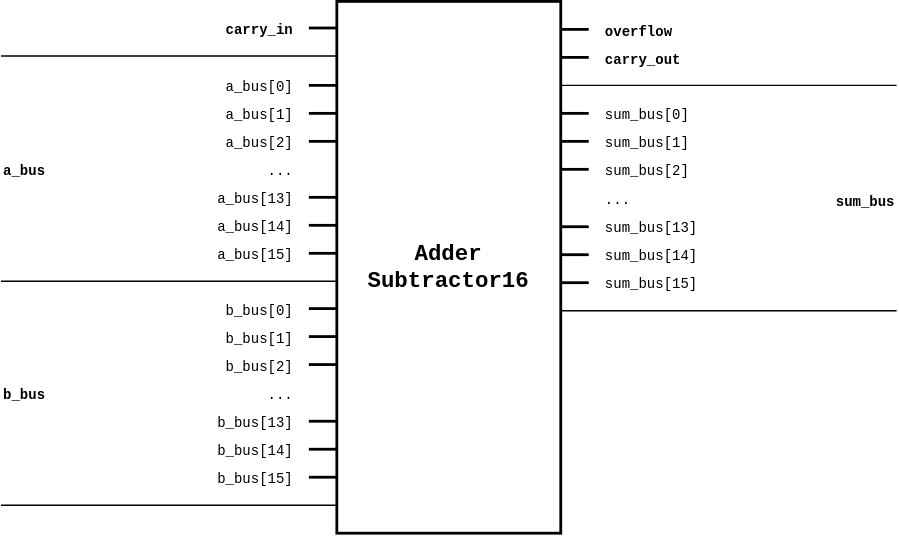
Above: docs/images/schematics/arithmetic/AdderSubtractor16.svg in jamesjiang52/Bitwise (draw.io), before the change. Source tidied: cells renumbered, new cells last; positions are measured from the earlier drawing's top-left corner, leaving out a move shared by most shapes.
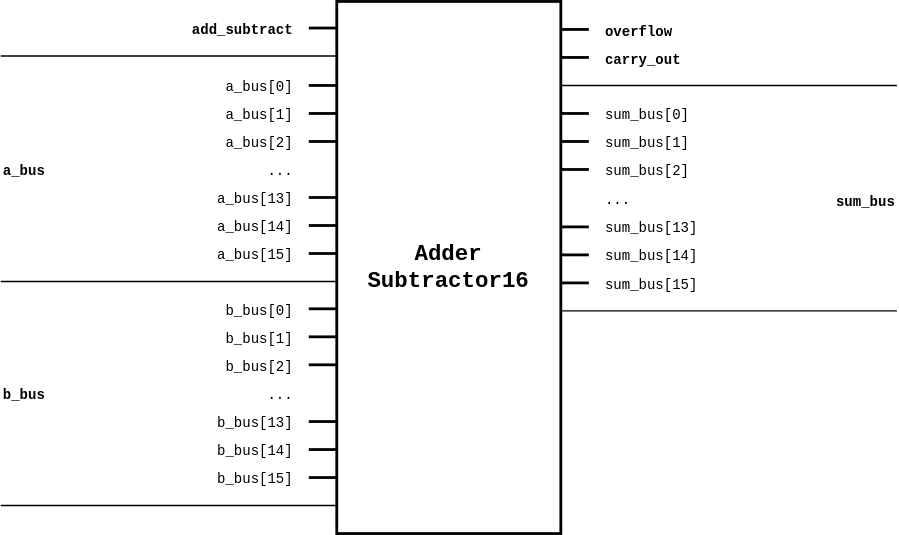
Later version of the same file.

Diff of the diagram source:
```diff
@@ -29,7 +29,7 @@
     <mxCell id="8" value="&lt;font face=&quot;Courier New&quot;&gt;&lt;span style=&quot;font-size: 16px&quot;&gt;&lt;b&gt;Adder&lt;br&gt;Subtractor16&lt;/b&gt;&lt;/span&gt;&lt;/font&gt;&lt;br&gt;" style="text;html=1;strokeColor=none;fillColor=none;align=center;verticalAlign=middle;whiteSpace=wrap;rounded=0;" parent="2" vertex="1">
       <mxGeometry x="240" width="160" height="380" as="geometry" />
     </mxCell>
-    <mxCell id="9" value="&lt;b&gt;&lt;font face=&quot;Courier New&quot; style=&quot;font-size: 10px&quot;&gt;carry_in&lt;/font&gt;&lt;/b&gt;" style="text;html=1;strokeColor=none;fillColor=none;align=right;verticalAlign=middle;whiteSpace=wrap;rounded=0;" parent="2" vertex="1">
+    <mxCell id="9" value="&lt;b&gt;&lt;font face=&quot;Courier New&quot; style=&quot;font-size: 10px&quot;&gt;add_subtract&lt;/font&gt;&lt;/b&gt;" style="text;html=1;strokeColor=none;fillColor=none;align=right;verticalAlign=middle;whiteSpace=wrap;rounded=0;" parent="2" vertex="1">
       <mxGeometry x="170" y="9" width="40" height="20" as="geometry" />
     </mxCell>
     <mxCell id="10" value="&lt;font face=&quot;Courier New&quot;&gt;&lt;font style=&quot;font-size: 10px&quot;&gt;a_bus[0]&lt;/font&gt;&lt;br&gt;&lt;/font&gt;" style="text;html=1;strokeColor=none;fillColor=none;align=right;verticalAlign=middle;whiteSpace=wrap;rounded=0;" parent="2" vertex="1">
```
